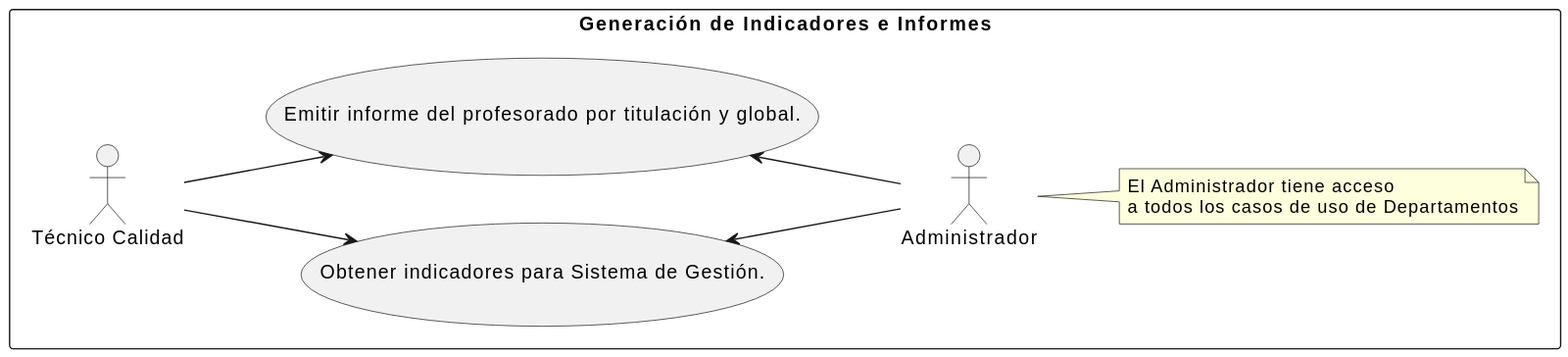
Before: images/modelosUML/CdU/IndicadoresInformes.svg, a diagram exported from PlantUML (mmasias/24-25-IdSw1-SDR). The source it was exported from:
```plantuml
@startuml
left to right direction
package "Generación de Indicadores e Informes" {

  actor "Técnico Calidad" as TecnicoCalidad
  actor "Administrador" as Admin

  rectangle "Generación de Indicadores e Informes" {
    usecase "Obtener indicadores para Sistema de Gestión." as CU1
    usecase "Emitir informe del profesorado por titulación y global." as CU2
  }

  TecnicoCalidad --> CU1
  TecnicoCalidad --> CU2

  CU1 <-- Admin
  CU2 <-- Admin

  note right of Admin
    El Administrador tiene acceso
    a todos los casos de uso de Departamentos
  end note
}
@enduml
```
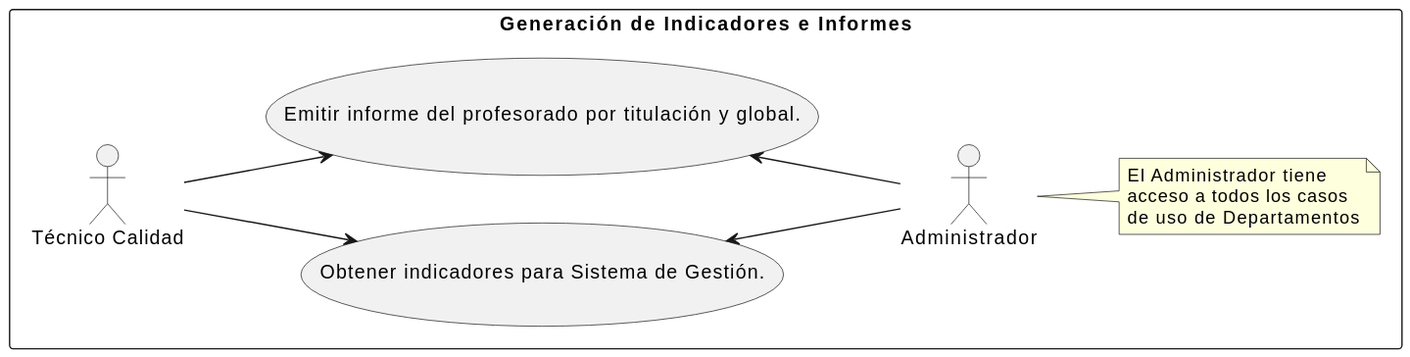
After the change.

The edit, as a diff of the source:
```diff
@@ -17,8 +17,9 @@
   CU2 <-- Admin
 
   note right of Admin
-    El Administrador tiene acceso
-    a todos los casos de uso de Departamentos
+    El Administrador tiene
+    acceso a todos los casos
+    de uso de Departamentos
   end note
 }
 @enduml
```
